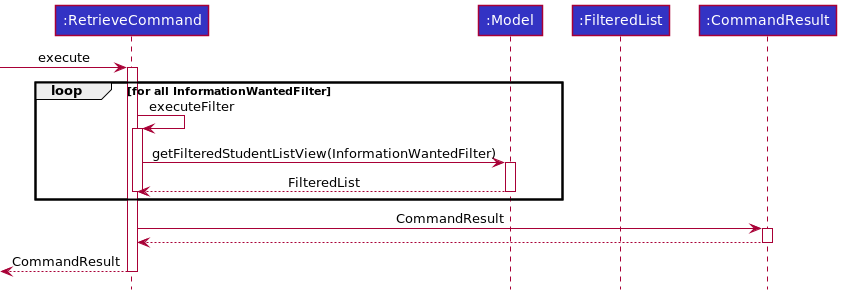
This is docs/images/logic/commands/retrievecommand/RetrieveCommandSequenceDiagram.png from nus-cs2103-AY2122S1/tp, a PlantUML export, as it was before one commit. Source of this version:
```plantuml
@startuml
!include ../../../style.puml
Participant ":RetrieveCommand" as rc LOGIC_COLOR
Participant ":Model" as mm LOGIC_COLOR
Participant ":FilteredList" as fl LOGIC_COLOR
Participant ":CommandResult" as result LOGIC_COLOR

-> rc ++ :execute
loop for all InformationWantedFilter
    rc -> rc ++ :executeFilter
    rc -> mm ++  :getFilteredStudentListView(InformationWantedFilter)
    return FilteredList
    deactivate
end
rc -> result ++ :CommandResult
return
return CommandResult
@enduml
```
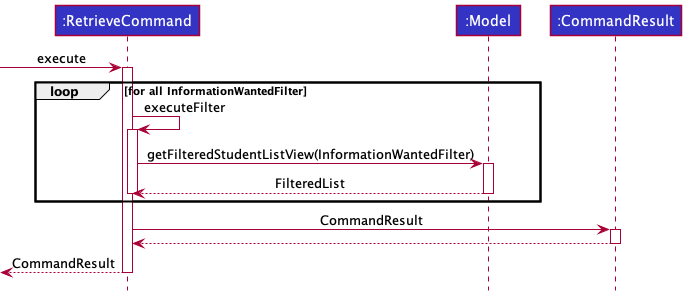
The same diagram one commit later.

Diff of the diagram source:
```diff
@@ -2,14 +2,13 @@
 !include ../../../style.puml
 Participant ":RetrieveCommand" as rc LOGIC_COLOR
 Participant ":Model" as mm LOGIC_COLOR
-Participant ":FilteredList" as fl LOGIC_COLOR
 Participant ":CommandResult" as result LOGIC_COLOR
 
 -> rc ++ :execute
 loop for all InformationWantedFilter
     rc -> rc ++ :executeFilter
     rc -> mm ++  :getFilteredStudentListView(InformationWantedFilter)
-    return FilteredList
+    mm --> rc -- : FilteredList
     deactivate
 end
 rc -> result ++ :CommandResult
```
